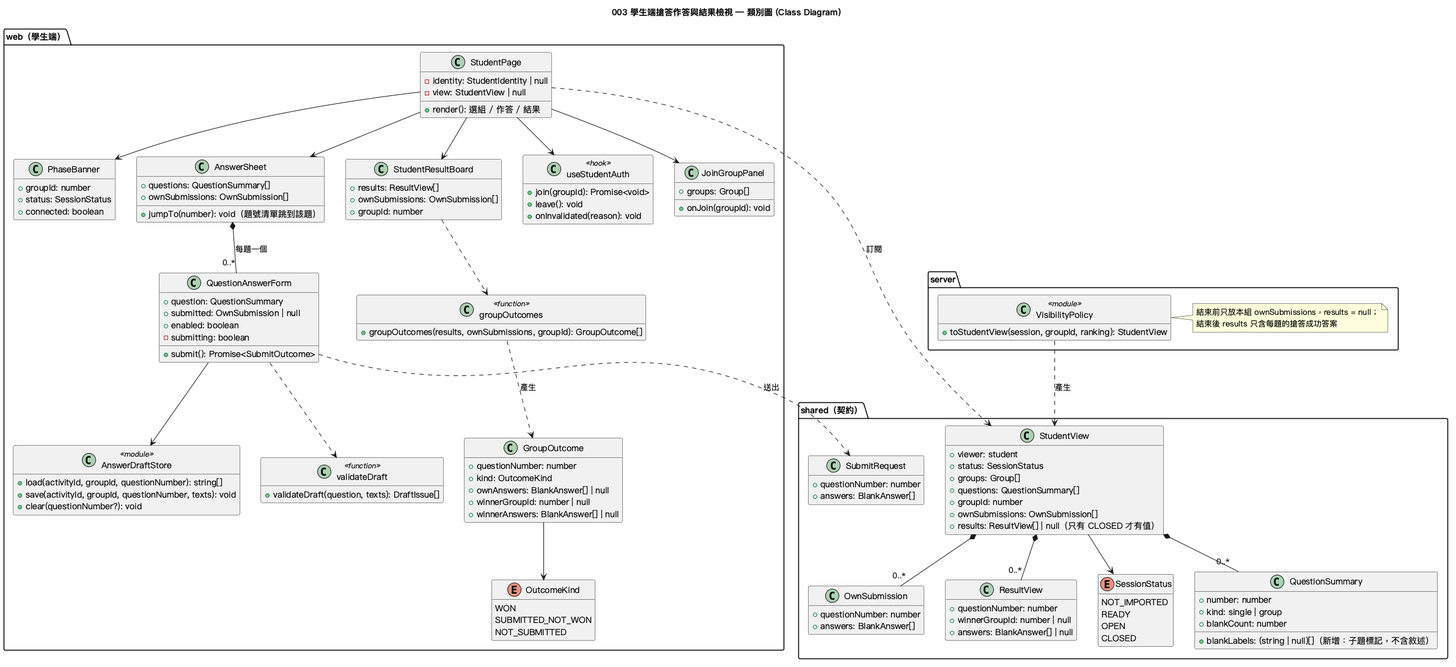
This is diagrams/003-student-quiz-participation-class.png from kevin20694569/classroom_response_system, a PlantUML export, as it was before one commit.
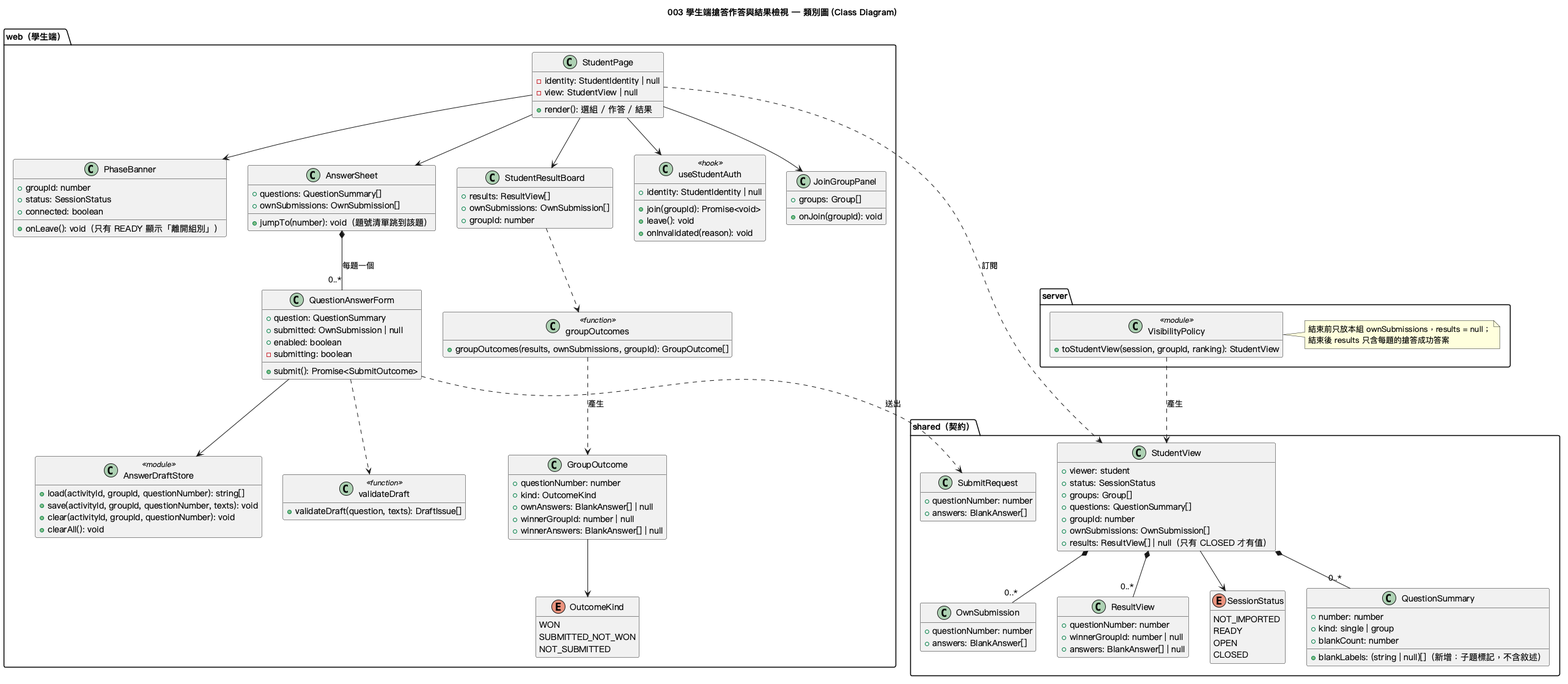
Later version of the same file.

Diff of the diagram source:
```diff
@@ -62,6 +62,7 @@
     +render(): 選組 / 作答 / 結果
   }
   class useStudentAuth <<hook>> {
+    +identity: StudentIdentity | null
     +join(groupId): Promise<void>
     +leave(): void
     +onInvalidated(reason): void
@@ -74,6 +75,7 @@
     +groupId: number
     +status: SessionStatus
     +connected: boolean
+    +onLeave(): void（只有 READY 顯示「離開組別」）
   }
   class AnswerSheet {
     +questions: QuestionSummary[]
@@ -90,7 +92,8 @@
   class AnswerDraftStore <<module>> {
     +load(activityId, groupId, questionNumber): string[]
     +save(activityId, groupId, questionNumber, texts): void
-    +clear(questionNumber?): void
+    +clear(activityId, groupId, questionNumber): void
+    +clearAll(): void
   }
   class validateDraft <<function>> {
     +validateDraft(question, texts): DraftIssue[]
```
